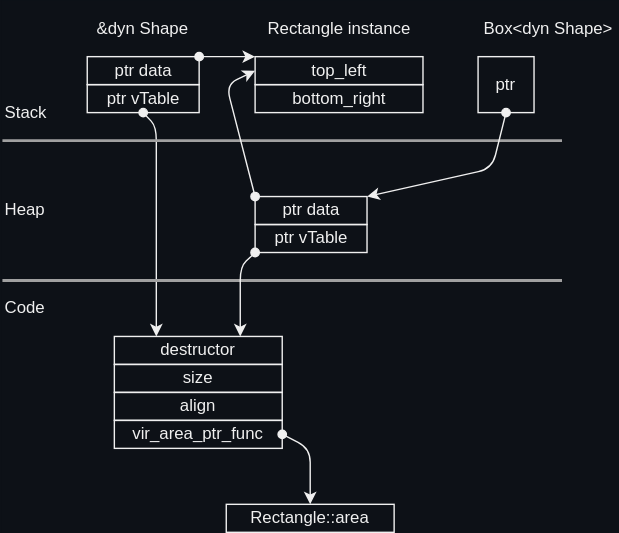
htgithub194/self-study keeps this draw.io diagram as docs/rust/memory_layout/images/trait_object.drawio.svg. Above is the earlier version. Source tidied: cells renumbered, new cells last; positions are measured from the earlier drawing's top-left corner, leaving out a move shared by most shapes.
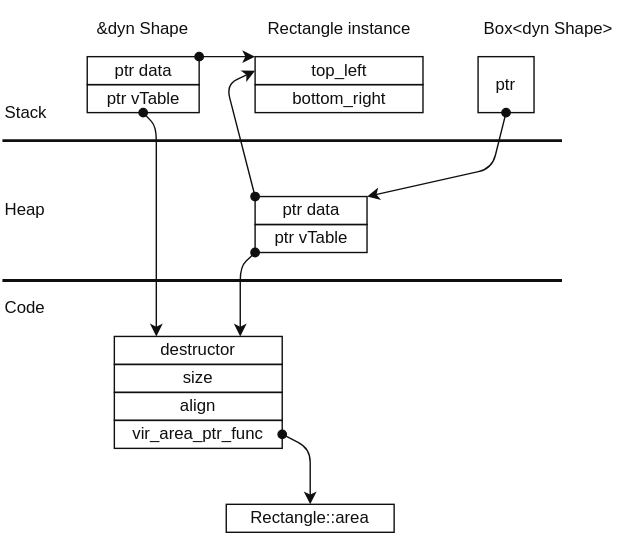
The same file after the commit.

What changed in the source:
```diff
@@ -1,113 +1,113 @@
-<mxGraphModel background="#0D1117">
+<mxGraphModel>
   <root>
     <mxCell id="0" />
     <mxCell id="1" parent="0" />
-    <mxCell id="2" value="&amp;amp;dyn Shape" style="text;html=1;strokeColor=none;fillColor=none;align=center;verticalAlign=middle;whiteSpace=wrap;rounded=0;fontColor=#F0F0F0;" parent="1" vertex="1">
+    <mxCell id="2" value="&amp;amp;dyn Shape" style="text;html=1;strokeColor=none;fillColor=none;align=center;verticalAlign=middle;whiteSpace=wrap;rounded=0;fontColor=light-dark(#0F0F0F,#F0F0F0);" parent="1" vertex="1">
       <mxGeometry x="60" width="81.2" height="40" as="geometry" />
     </mxCell>
-    <mxCell id="3" style="edgeStyle=none;html=1;strokeColor=#F0F0F0;startArrow=oval;startFill=1;entryX=0;entryY=0;entryDx=0;entryDy=0;exitX=1;exitY=0;exitDx=0;exitDy=0;" parent="1" edge="1" source="4" target="18">
+    <mxCell id="3" style="edgeStyle=none;html=1;strokeColor=light-dark(#0F0F0F,#F0F0F0);startArrow=oval;startFill=1;entryX=0;entryY=0;entryDx=0;entryDy=0;exitX=1;exitY=0;exitDx=0;exitDy=0;fontColor=light-dark(#0F0F0F,#F0F0F0);" parent="1" edge="1" source="4" target="18">
       <mxGeometry relative="1" as="geometry" />
     </mxCell>
-    <mxCell id="4" value="ptr data" style="rounded=0;whiteSpace=wrap;html=1;flipH=1;flipV=1;fillColor=none;fontColor=#F0F0F0;strokeColor=#F0F0F0;" parent="1" vertex="1">
+    <mxCell id="4" value="ptr data" style="rounded=0;whiteSpace=wrap;html=1;flipH=1;flipV=1;fillColor=none;fontColor=light-dark(#0F0F0F,#F0F0F0);strokeColor=light-dark(#0F0F0F,#F0F0F0);" parent="1" vertex="1">
       <mxGeometry x="60.6" y="40" width="80" height="20" as="geometry" />
     </mxCell>
-    <mxCell id="5" style="edgeStyle=none;html=1;exitX=0.5;exitY=1;exitDx=0;exitDy=0;entryX=0.25;entryY=0;entryDx=0;entryDy=0;strokeColor=#F0F0F0;startArrow=oval;startFill=1;" parent="1" edge="1" source="25" target="8">
+    <mxCell id="5" style="edgeStyle=none;html=1;exitX=0.5;exitY=1;exitDx=0;exitDy=0;entryX=0.25;entryY=0;entryDx=0;entryDy=0;strokeColor=light-dark(#0F0F0F,#F0F0F0);startArrow=oval;startFill=1;fontColor=light-dark(#0F0F0F,#F0F0F0);" parent="1" edge="1" source="25" target="8">
       <mxGeometry relative="1" as="geometry">
         <Array as="points">
           <mxPoint x="110" y="90" />
         </Array>
       </mxGeometry>
     </mxCell>
-    <mxCell id="6" value="Heap" style="text;html=1;strokeColor=none;fillColor=none;align=left;verticalAlign=middle;whiteSpace=wrap;rounded=0;fontColor=#F0F0F0;" parent="1" vertex="1">
+    <mxCell id="6" value="Heap" style="text;html=1;strokeColor=none;fillColor=none;align=left;verticalAlign=middle;whiteSpace=wrap;rounded=0;fontColor=light-dark(#0F0F0F,#F0F0F0);" parent="1" vertex="1">
       <mxGeometry y="130" width="80" height="40" as="geometry" />
     </mxCell>
-    <mxCell id="7" value="Stack" style="text;html=1;strokeColor=none;fillColor=none;align=left;verticalAlign=middle;whiteSpace=wrap;rounded=0;fontColor=#F0F0F0;rotation=0;" parent="1" vertex="1">
+    <mxCell id="7" value="Stack" style="text;html=1;strokeColor=none;fillColor=none;align=left;verticalAlign=middle;whiteSpace=wrap;rounded=0;fontColor=light-dark(#0F0F0F,#F0F0F0);rotation=0;" parent="1" vertex="1">
       <mxGeometry y="60" width="80" height="40" as="geometry" />
     </mxCell>
-    <mxCell id="8" value="destructor" style="rounded=0;whiteSpace=wrap;html=1;flipH=1;flipV=1;fillColor=none;fontColor=#F0F0F0;strokeColor=#F0F0F0;" parent="1" vertex="1">
+    <mxCell id="8" value="destructor" style="rounded=0;whiteSpace=wrap;html=1;flipH=1;flipV=1;fillColor=none;fontColor=light-dark(#0F0F0F,#F0F0F0);strokeColor=light-dark(#0F0F0F,#F0F0F0);" parent="1" vertex="1">
       <mxGeometry x="80" y="240" width="120" height="20" as="geometry" />
     </mxCell>
-    <mxCell id="9" value="size" style="rounded=0;whiteSpace=wrap;html=1;flipH=1;flipV=1;fillColor=none;fontColor=#F0F0F0;strokeColor=#F0F0F0;" parent="1" vertex="1">
+    <mxCell id="9" value="size" style="rounded=0;whiteSpace=wrap;html=1;flipH=1;flipV=1;fillColor=none;fontColor=light-dark(#0F0F0F,#F0F0F0);strokeColor=light-dark(#0F0F0F,#F0F0F0);" parent="1" vertex="1">
       <mxGeometry x="80" y="260" width="120" height="20" as="geometry" />
     </mxCell>
-    <mxCell id="10" style="edgeStyle=none;html=1;entryX=0.5;entryY=0;entryDx=0;entryDy=0;exitX=1;exitY=0.5;exitDx=0;exitDy=0;startArrow=oval;startFill=1;strokeColor=#F0F0F0;" parent="1" edge="1" source="11" target="16">
+    <mxCell id="10" style="edgeStyle=none;html=1;entryX=0.5;entryY=0;entryDx=0;entryDy=0;exitX=1;exitY=0.5;exitDx=0;exitDy=0;startArrow=oval;startFill=1;strokeColor=light-dark(#0F0F0F,#F0F0F0);fontColor=light-dark(#0F0F0F,#F0F0F0);" parent="1" edge="1" source="11" target="16">
       <mxGeometry relative="1" as="geometry">
         <Array as="points">
           <mxPoint x="220" y="320" />
         </Array>
       </mxGeometry>
     </mxCell>
-    <mxCell id="11" value="vir_area_ptr_func" style="rounded=0;whiteSpace=wrap;html=1;flipH=1;flipV=1;fillColor=none;fontColor=#F0F0F0;strokeColor=#F0F0F0;" parent="1" vertex="1">
+    <mxCell id="11" value="vir_area_ptr_func" style="rounded=0;whiteSpace=wrap;html=1;flipH=1;flipV=1;fillColor=none;fontColor=light-dark(#0F0F0F,#F0F0F0);strokeColor=light-dark(#0F0F0F,#F0F0F0);" parent="1" vertex="1">
       <mxGeometry x="80" y="300" width="120" height="20" as="geometry" />
     </mxCell>
-    <mxCell id="12" style="endArrow=none;html=1;strokeColor=#A0A0A0;strokeWidth=2;" parent="1" edge="1">
+    <mxCell id="12" style="endArrow=none;html=1;strokeColor=light-dark(#0F0F0F,#F0F0F0);strokeWidth=2;fontColor=light-dark(#0F0F0F,#F0F0F0);" parent="1" edge="1">
       <mxGeometry relative="1" as="geometry">
         <mxPoint y="100" as="sourcePoint" />
         <mxPoint x="400" y="100" as="targetPoint" />
       </mxGeometry>
     </mxCell>
-    <mxCell id="13" style="endArrow=none;html=1;strokeColor=#A0A0A0;strokeWidth=2;startArrow=none;exitX=0;exitY=0;exitDx=0;exitDy=0;" parent="1" edge="1" source="15">
+    <mxCell id="13" style="endArrow=none;html=1;strokeColor=light-dark(#0F0F0F,#F0F0F0);strokeWidth=2;startArrow=none;exitX=0;exitY=0;exitDx=0;exitDy=0;fontColor=light-dark(#0F0F0F,#F0F0F0);" parent="1" edge="1" source="15">
       <mxGeometry relative="1" as="geometry">
         <mxPoint x="400" y="200" as="targetPoint" />
       </mxGeometry>
     </mxCell>
-    <mxCell id="14" style="endArrow=none;html=1;strokeColor=#A0A0A0;strokeWidth=2;" parent="1" edge="1" target="15">
+    <mxCell id="14" style="endArrow=none;html=1;strokeColor=light-dark(#0F0F0F,#F0F0F0);strokeWidth=2;fontColor=light-dark(#0F0F0F,#F0F0F0);" parent="1" edge="1" target="15">
       <mxGeometry relative="1" as="geometry">
         <mxPoint y="200" as="sourcePoint" />
       </mxGeometry>
     </mxCell>
-    <mxCell id="15" value="Code" style="text;html=1;strokeColor=none;fillColor=none;align=left;verticalAlign=middle;whiteSpace=wrap;rounded=0;fontColor=#F0F0F0;" parent="1" vertex="1">
+    <mxCell id="15" value="Code" style="text;html=1;strokeColor=none;fillColor=none;align=left;verticalAlign=middle;whiteSpace=wrap;rounded=0;fontColor=light-dark(#0F0F0F,#F0F0F0);" parent="1" vertex="1">
       <mxGeometry y="200" width="80" height="40" as="geometry" />
     </mxCell>
-    <mxCell id="16" value="Rectangle::area" style="rounded=0;whiteSpace=wrap;html=1;flipH=1;flipV=1;fillColor=none;fontColor=#F0F0F0;strokeColor=#F0F0F0;" parent="1" vertex="1">
+    <mxCell id="16" value="Rectangle::area" style="rounded=0;whiteSpace=wrap;html=1;flipH=1;flipV=1;fillColor=none;fontColor=light-dark(#0F0F0F,#F0F0F0);strokeColor=light-dark(#0F0F0F,#F0F0F0);" parent="1" vertex="1">
       <mxGeometry x="160" y="360" width="120" height="20" as="geometry" />
     </mxCell>
-    <mxCell id="17" value="align" style="rounded=0;whiteSpace=wrap;html=1;flipH=1;flipV=1;fillColor=none;fontColor=#F0F0F0;strokeColor=#F0F0F0;" parent="1" vertex="1">
+    <mxCell id="17" value="align" style="rounded=0;whiteSpace=wrap;html=1;flipH=1;flipV=1;fillColor=none;fontColor=light-dark(#0F0F0F,#F0F0F0);strokeColor=light-dark(#0F0F0F,#F0F0F0);" parent="1" vertex="1">
       <mxGeometry x="80" y="280" width="120" height="20" as="geometry" />
     </mxCell>
-    <mxCell id="18" value="top_left" style="rounded=0;whiteSpace=wrap;html=1;flipH=1;flipV=1;fillColor=none;fontColor=#F0F0F0;strokeColor=#F0F0F0;" parent="1" vertex="1">
+    <mxCell id="18" value="top_left" style="rounded=0;whiteSpace=wrap;html=1;flipH=1;flipV=1;fillColor=none;fontColor=light-dark(#0F0F0F,#F0F0F0);strokeColor=light-dark(#0F0F0F,#F0F0F0);" parent="1" vertex="1">
       <mxGeometry x="180.6" y="40" width="120" height="20" as="geometry" />
     </mxCell>
-    <mxCell id="19" value="bottom_right" style="rounded=0;whiteSpace=wrap;html=1;flipH=1;flipV=1;fillColor=none;fontColor=#F0F0F0;strokeColor=#F0F0F0;" parent="1" vertex="1">
+    <mxCell id="19" value="bottom_right" style="rounded=0;whiteSpace=wrap;html=1;flipH=1;flipV=1;fillColor=none;fontColor=light-dark(#0F0F0F,#F0F0F0);strokeColor=light-dark(#0F0F0F,#F0F0F0);" parent="1" vertex="1">
       <mxGeometry x="180.6" y="60" width="120" height="20" as="geometry" />
     </mxCell>
-    <mxCell id="20" value="Rectangle instance" style="text;html=1;strokeColor=none;fillColor=none;align=center;verticalAlign=middle;whiteSpace=wrap;rounded=0;fontColor=#F0F0F0;" parent="1" vertex="1">
+    <mxCell id="20" value="Rectangle instance" style="text;html=1;strokeColor=none;fillColor=none;align=center;verticalAlign=middle;whiteSpace=wrap;rounded=0;fontColor=light-dark(#0F0F0F,#F0F0F0);" parent="1" vertex="1">
       <mxGeometry x="180.6" width="120" height="40" as="geometry" />
     </mxCell>
-    <mxCell id="21" style="edgeStyle=none;html=1;entryX=0;entryY=0.5;entryDx=0;entryDy=0;exitX=0;exitY=0;exitDx=0;exitDy=0;startArrow=oval;startFill=1;strokeColor=#F0F0F0;" parent="1" edge="1" source="22" target="18">
+    <mxCell id="21" style="edgeStyle=none;html=1;entryX=0;entryY=0.5;entryDx=0;entryDy=0;exitX=0;exitY=0;exitDx=0;exitDy=0;startArrow=oval;startFill=1;strokeColor=light-dark(#0F0F0F,#F0F0F0);fontColor=light-dark(#0F0F0F,#F0F0F0);" parent="1" edge="1" source="22" target="18">
       <mxGeometry relative="1" as="geometry">
         <Array as="points">
           <mxPoint x="160" y="60" />
         </Array>
       </mxGeometry>
     </mxCell>
-    <mxCell id="22" value="ptr data" style="rounded=0;whiteSpace=wrap;html=1;flipH=1;flipV=1;fillColor=none;fontColor=#F0F0F0;strokeColor=#F0F0F0;" parent="1" vertex="1">
+    <mxCell id="22" value="ptr data" style="rounded=0;whiteSpace=wrap;html=1;flipH=1;flipV=1;fillColor=none;fontColor=light-dark(#0F0F0F,#F0F0F0);strokeColor=light-dark(#0F0F0F,#F0F0F0);" parent="1" vertex="1">
       <mxGeometry x="180.6" y="140" width="80" height="20" as="geometry" />
     </mxCell>
-    <mxCell id="23" style="edgeStyle=none;html=1;entryX=0.75;entryY=0;entryDx=0;entryDy=0;exitX=0;exitY=1;exitDx=0;exitDy=0;startArrow=oval;startFill=1;strokeColor=#F0F0F0;" parent="1" edge="1" source="24" target="8">
+    <mxCell id="23" style="edgeStyle=none;html=1;entryX=0.75;entryY=0;entryDx=0;entryDy=0;exitX=0;exitY=1;exitDx=0;exitDy=0;startArrow=oval;startFill=1;strokeColor=light-dark(#0F0F0F,#F0F0F0);fontColor=light-dark(#0F0F0F,#F0F0F0);" parent="1" edge="1" source="24" target="8">
       <mxGeometry relative="1" as="geometry">
         <Array as="points">
           <mxPoint x="170" y="190" />
         </Array>
       </mxGeometry>
     </mxCell>
-    <mxCell id="24" value="ptr vTable" style="rounded=0;whiteSpace=wrap;html=1;flipH=1;flipV=1;fillColor=none;fontColor=#F0F0F0;strokeColor=#F0F0F0;" parent="1" vertex="1">
+    <mxCell id="24" value="ptr vTable" style="rounded=0;whiteSpace=wrap;html=1;flipH=1;flipV=1;fillColor=none;fontColor=light-dark(#0F0F0F,#F0F0F0);strokeColor=light-dark(#0F0F0F,#F0F0F0);" parent="1" vertex="1">
       <mxGeometry x="180.6" y="160" width="80" height="20" as="geometry" />
     </mxCell>
-    <mxCell id="25" value="ptr vTable" style="rounded=0;whiteSpace=wrap;html=1;flipH=1;flipV=1;fillColor=none;fontColor=#F0F0F0;strokeColor=#F0F0F0;" parent="1" vertex="1">
+    <mxCell id="25" value="ptr vTable" style="rounded=0;whiteSpace=wrap;html=1;flipH=1;flipV=1;fillColor=none;fontColor=light-dark(#0F0F0F,#F0F0F0);strokeColor=light-dark(#0F0F0F,#F0F0F0);" parent="1" vertex="1">
       <mxGeometry x="60.6" y="60" width="80" height="20" as="geometry" />
     </mxCell>
-    <mxCell id="26" style="edgeStyle=none;html=1;entryX=1;entryY=0;entryDx=0;entryDy=0;strokeColor=#F0F0F0;startArrow=oval;startFill=1;exitX=0.5;exitY=1;exitDx=0;exitDy=0;" parent="1" edge="1" source="27" target="22">
+    <mxCell id="26" style="edgeStyle=none;html=1;entryX=1;entryY=0;entryDx=0;entryDy=0;strokeColor=light-dark(#0F0F0F,#F0F0F0);startArrow=oval;startFill=1;exitX=0.5;exitY=1;exitDx=0;exitDy=0;fontColor=light-dark(#0F0F0F,#F0F0F0);" parent="1" edge="1" source="27" target="22">
       <mxGeometry relative="1" as="geometry">
         <Array as="points">
           <mxPoint x="350" y="120" />
         </Array>
       </mxGeometry>
     </mxCell>
-    <mxCell id="27" value="ptr" style="rounded=0;whiteSpace=wrap;html=1;flipH=1;flipV=1;fillColor=none;fontColor=#F0F0F0;strokeColor=#F0F0F0;" parent="1" vertex="1">
+    <mxCell id="27" value="ptr" style="rounded=0;whiteSpace=wrap;html=1;flipH=1;flipV=1;fillColor=none;fontColor=light-dark(#0F0F0F,#F0F0F0);strokeColor=light-dark(#0F0F0F,#F0F0F0);" parent="1" vertex="1">
       <mxGeometry x="340" y="40" width="40" height="40" as="geometry" />
     </mxCell>
-    <mxCell id="28" value="Box&amp;lt;dyn Shape&amp;gt;" style="text;html=1;strokeColor=none;fillColor=none;align=center;verticalAlign=middle;whiteSpace=wrap;rounded=0;fontColor=#F0F0F0;" parent="1" vertex="1">
+    <mxCell id="28" value="Box&amp;lt;dyn Shape&amp;gt;" style="text;html=1;strokeColor=none;fillColor=none;align=center;verticalAlign=middle;whiteSpace=wrap;rounded=0;fontColor=light-dark(#0F0F0F,#F0F0F0);" parent="1" vertex="1">
       <mxGeometry x="340" width="100.6" height="40" as="geometry" />
     </mxCell>
   </root>
```
